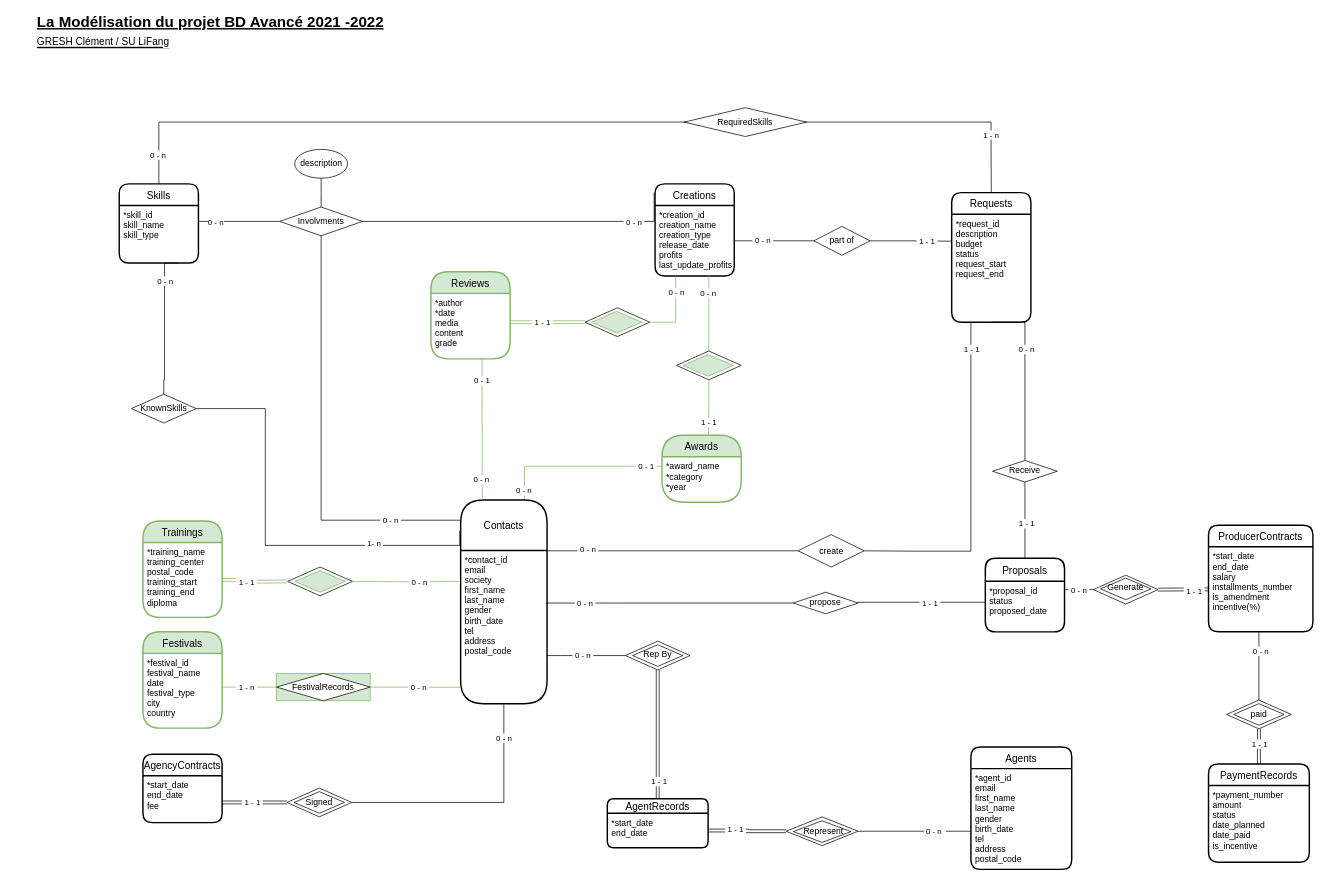
Earlier version of the draw.io diagram Modelisation/modelisation-ER.drawio (clement-gresh/M1-BDD_agence_artistique). Source tidied: cells renumbered, new cells numbered last; positions are measured from the earlier drawing's top-left corner, leaving out a move shared by most shapes. Both pictures are drawn from the tidied source at 72%, with x=0, y=0 at pixel (12, 19).
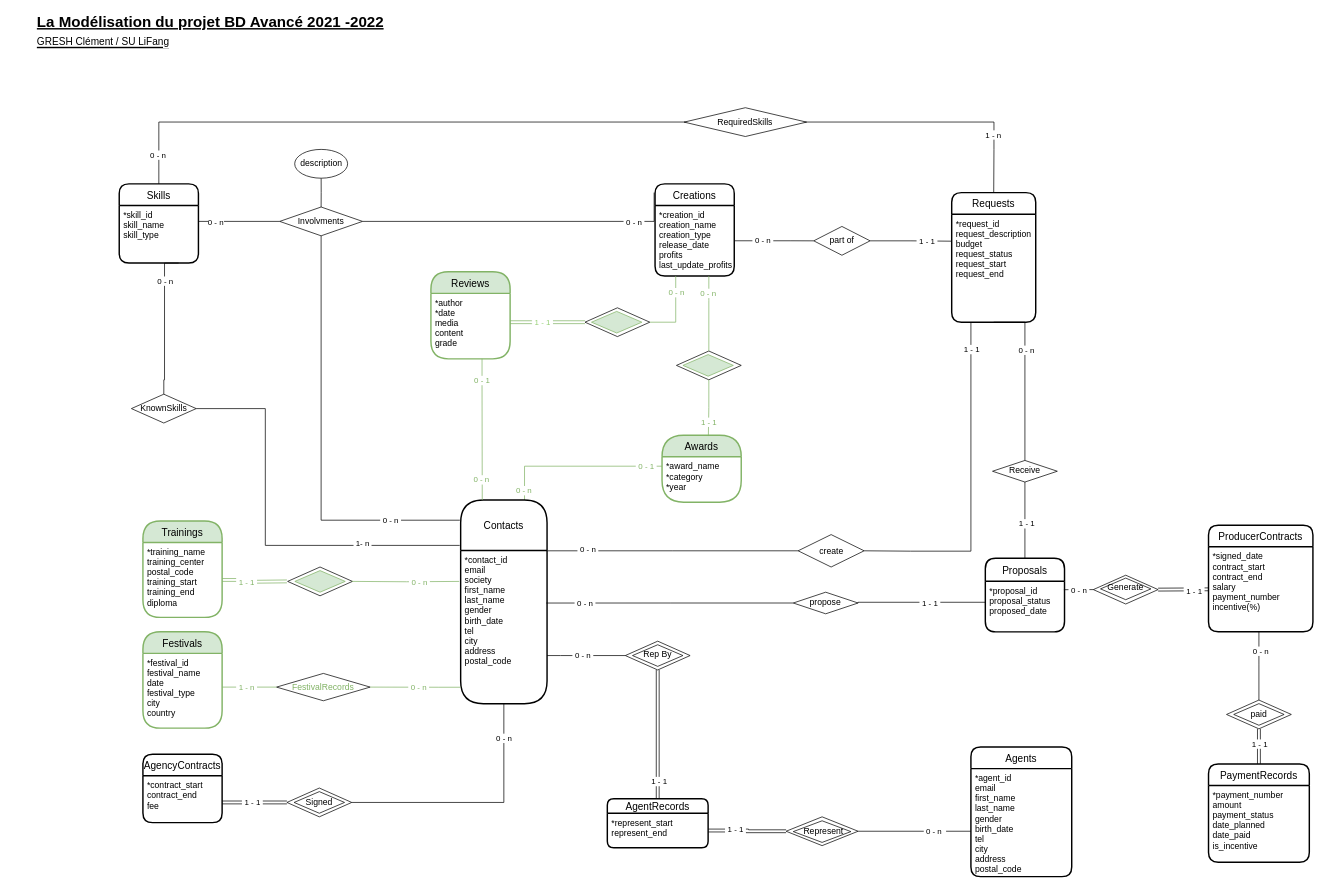
The same page after the edit.

Commit message:
Modelisation : renamed column, fixed errors

The change refers to these unchanged cells:
```xml
<mxCell id="3" style="edgeStyle=orthogonalEdgeStyle;rounded=0;jettySize=auto;html=1;endArrow=none;endFill=0;fillColor=#d5e8d4;strokeColor=#82b366;" parent="1" edge="1" source="6" target="105">
  <mxGeometry relative="1" as="geometry">
    <Array as="points">
      <mxPoint x="711" y="620" />
    </Array>
  </mxGeometry>
</mxCell>
<mxCell id="6" value="Contacts" style="swimlane;horizontal=1;startSize=70;rounded=1;fontSize=14;fontStyle=0;strokeWidth=2;shadow=0;dashed=0;align=center;" parent="1" vertex="1">
  <mxGeometry x="622.3" y="667" width="120" height="283" as="geometry" />
</mxCell>
<mxCell id="10" value="AgencyContracts" style="swimlane;horizontal=1;startSize=30;rounded=1;fontSize=14;fontStyle=0;strokeWidth=2;shadow=0;dashed=0;align=center;" parent="1" vertex="1">
  <mxGeometry x="181" y="1020" width="110" height="95" as="geometry" />
</mxCell>
<mxCell id="12" value="ProducerContracts" style="swimlane;horizontal=1;startSize=30;rounded=1;fontSize=14;fontStyle=0;strokeWidth=2;shadow=0;dashed=0;align=center;" parent="1" vertex="1">
  <mxGeometry x="1661" y="702" width="145" height="148" as="geometry" />
</mxCell>
<mxCell id="25" value="PaymentRecords" style="swimlane;horizontal=1;startSize=30;rounded=1;fontSize=14;fontStyle=0;strokeWidth=2;shadow=0;dashed=0;align=center;" parent="1" vertex="1">
  <mxGeometry x="1661" y="1033.5" width="140" height="136.5" as="geometry" />
</mxCell>
<mxCell id="30" value="Skills" style="swimlane;horizontal=1;startSize=30;rounded=1;fontSize=14;fontStyle=0;strokeWidth=2;shadow=0;dashed=0;align=center;" parent="1" vertex="1">
  <mxGeometry x="148.1" y="227.9" width="110" height="110" as="geometry" />
</mxCell>
<mxCell id="34" style="rhombus;whiteSpace=wrap;html=1;align=left;verticalAlign=top;" parent="33" vertex="1">
  <mxGeometry width="90" height="40" as="geometry" />
</mxCell>
<mxCell id="43" style="edgeStyle=orthogonalEdgeStyle;rounded=0;jettySize=auto;html=1;endArrow=none;endFill=0;shape=link;fillColor=#d5e8d4;strokeColor=#82b366;" parent="1" edge="1" source="37">
  <mxGeometry relative="1" as="geometry">
    <mxPoint x="381" y="780" as="targetPoint" />
  </mxGeometry>
</mxCell>
<mxCell id="60" style="group;" parent="59" vertex="1">
  <mxGeometry width="130" height="38" as="geometry" />
</mxCell>
<mxCell id="67" value="Proposals" style="swimlane;horizontal=1;startSize=32;rounded=1;fontSize=14;fontStyle=0;strokeWidth=2;shadow=0;dashed=0;align=center;" parent="1" vertex="1">
  <mxGeometry x="1351" y="747.9" width="110" height="102.2" as="geometry" />
</mxCell>
<mxCell id="80" value="AgentRecords" style="swimlane;horizontal=1;startSize=20;rounded=1;fontSize=14;fontStyle=0;strokeWidth=2;shadow=0;dashed=0;align=center;" parent="1" vertex="1">
  <mxGeometry x="826" y="1082" width="140" height="68" as="geometry" />
</mxCell>
<mxCell id="123" style="edgeStyle=orthogonalEdgeStyle;rounded=0;jettySize=auto;html=1;entryX=0;entryY=0.5;entryDx=0;entryDy=0;startArrow=none;startFill=0;endArrow=none;endFill=0;fillColor=#d5e8d4;strokeColor=#82b366;" parent="1" edge="1" source="109" target="61">
  <mxGeometry relative="1" as="geometry">
    <Array as="points">
      <mxPoint x="311" y="926.8" />
      <mxPoint x="311" y="926.8" />
    </Array>
  </mxGeometry>
</mxCell>
<mxCell id="137" style="edgeStyle=orthogonalEdgeStyle;rounded=0;jettySize=auto;html=1;entryX=-0.016;entryY=0.202;entryDx=0;entryDy=0;entryPerimeter=0;endArrow=none;endFill=0;fillColor=#d5e8d4;strokeColor=#82b366;" parent="1" edge="1" target="7">
  <mxGeometry relative="1" as="geometry">
    <mxPoint x="471" y="780" as="sourcePoint" />
  </mxGeometry>
</mxCell>
<mxCell id="139" style="edgeStyle=orthogonalEdgeStyle;rounded=0;jettySize=auto;html=1;entryX=1;entryY=0.5;entryDx=0;entryDy=0;endArrow=none;endFill=0;fillColor=#d5e8d4;strokeColor=#82b366;" parent="1" edge="1" source="7" target="61">
  <mxGeometry relative="1" as="geometry">
    <Array as="points">
      <mxPoint x="591" y="927" />
      <mxPoint x="591" y="927" />
    </Array>
  </mxGeometry>
</mxCell>
<mxCell id="153" style="edgeStyle=orthogonalEdgeStyle;rounded=0;jettySize=auto;html=1;entryX=0.25;entryY=0;entryDx=0;entryDy=0;endArrow=none;endFill=0;fillColor=#d5e8d4;strokeColor=#82b366;" parent="1" edge="1" source="107" target="6">
  <mxGeometry relative="1" as="geometry">
    <Array as="points">
      <mxPoint x="652" y="510" />
      <mxPoint x="652" y="510" />
    </Array>
  </mxGeometry>
</mxCell>
<mxCell id="156" style="edgeStyle=orthogonalEdgeStyle;shape=link;rounded=0;jettySize=auto;html=1;entryX=0;entryY=0.5;entryDx=0;entryDy=0;endArrow=none;endFill=0;fillColor=#d5e8d4;strokeColor=#82b366;" parent="1" edge="1" source="107" target="120">
  <mxGeometry relative="1" as="geometry">
    <Array as="points">
      <mxPoint x="721" y="420" />
      <mxPoint x="721" y="420" />
    </Array>
  </mxGeometry>
</mxCell>
<mxCell id="158" style="edgeStyle=orthogonalEdgeStyle;rounded=0;jettySize=auto;html=1;entryX=1;entryY=0.5;entryDx=0;entryDy=0;endArrow=none;endFill=0;fillColor=#d5e8d4;strokeColor=#82b366;" parent="1" edge="1" source="48" target="120">
  <mxGeometry relative="1" as="geometry">
    <Array as="points">
      <mxPoint x="921" y="420" />
    </Array>
  </mxGeometry>
</mxCell>
<mxCell id="165" style="edgeStyle=orthogonalEdgeStyle;rounded=0;jettySize=auto;html=1;entryX=0.5;entryY=0;entryDx=0;entryDy=0;endArrow=none;endFill=0;fillColor=#d5e8d4;strokeColor=#82b366;" parent="1" edge="1" source="48" target="162">
  <mxGeometry relative="1" as="geometry">
    <Array as="points">
      <mxPoint x="967" y="390" />
      <mxPoint x="967" y="390" />
    </Array>
  </mxGeometry>
</mxCell>
<mxCell id="167" style="edgeStyle=orthogonalEdgeStyle;rounded=0;jettySize=auto;html=1;entryX=0.585;entryY=0.012;entryDx=0;entryDy=0;entryPerimeter=0;endArrow=none;endFill=0;fillColor=#d5e8d4;strokeColor=#82b366;" parent="1" edge="1" source="162" target="104">
  <mxGeometry relative="1" as="geometry" />
</mxCell>
```

What changed in the source:
```diff
@@
-    <mxCell id="4" value="&amp;nbsp;0 - 1&amp;nbsp;" style="edgeLabel;html=1;align=center;verticalAlign=middle;" parent="3" vertex="1">
+    <mxCell id="4" value="&amp;nbsp;0 - 1&amp;nbsp;" style="edgeLabel;html=1;align=center;verticalAlign=middle;fontColor=#82B366;" parent="3" vertex="1">
       <mxGeometry x="0.81" relative="1" as="geometry" />
     </mxCell>
-    <mxCell id="5" value="&amp;nbsp;0 - n&amp;nbsp;" style="edgeLabel;html=1;align=center;verticalAlign=middle;" parent="3" vertex="1">
+    <mxCell id="5" value="&amp;nbsp;0 - n&amp;nbsp;" style="edgeLabel;html=1;align=center;verticalAlign=middle;fontColor=#82B366;" parent="3" vertex="1">
       <mxGeometry x="-0.88" y="2" relative="1" as="geometry" />
     </mxCell>
@@
-    <mxCell id="7" value="*contact_id&#10;email&#10;society&#10;first_name&#10;last_name&#10;gender&#10;birth_date&#10;tel&#10;address&#10;postal_code&#10;&#10;" style="align=left;strokeColor=none;fillColor=none;spacingLeft=4;fontSize=12;verticalAlign=top;" parent="6" vertex="1">
+    <mxCell id="7" value="*contact_id&#10;email&#10;society&#10;first_name&#10;last_name&#10;gender&#10;birth_date&#10;tel&#10;city&#10;address&#10;postal_code&#10;&#10;" style="align=left;strokeColor=none;fillColor=none;spacingLeft=4;fontSize=12;verticalAlign=top;" parent="6" vertex="1">
       <mxGeometry y="70" width="120" height="213" as="geometry" />
     </mxCell>
     <mxCell id="8" value="Agents" style="swimlane;horizontal=1;startSize=30;rounded=1;fontSize=14;fontStyle=0;strokeWidth=2;shadow=0;dashed=0;align=center;" parent="1" vertex="1">
-      <mxGeometry x="1331" y="1010" width="140" height="170" as="geometry" />
+      <mxGeometry x="1331" y="1010" width="140" height="180" as="geometry" />
     </mxCell>
-    <mxCell id="9" value="*agent_id&#10;email&#10;first_name&#10;last_name&#10;gender&#10;birth_date&#10;tel&#10;address&#10;postal_code" style="align=left;strokeColor=none;fillColor=none;spacingLeft=4;fontSize=12;verticalAlign=top;" parent="8" vertex="1">
-      <mxGeometry y="30" width="140" height="140" as="geometry" />
+    <mxCell id="9" value="*agent_id&#10;email&#10;first_name&#10;last_name&#10;gender&#10;birth_date&#10;tel&#10;city&#10;address&#10;postal_code" style="align=left;strokeColor=none;fillColor=none;spacingLeft=4;fontSize=12;verticalAlign=top;" parent="8" vertex="1">
+      <mxGeometry y="30" width="140" height="150" as="geometry" />
     </mxCell>
@@
-    <mxCell id="11" value="*start_date&#10;end_date&#10;fee" style="align=left;strokeColor=none;fillColor=none;spacingLeft=4;fontSize=12;verticalAlign=top;" parent="10" vertex="1">
+    <mxCell id="11" value="*contract_start&#10;contract_end&#10;fee" style="align=left;strokeColor=none;fillColor=none;spacingLeft=4;fontSize=12;verticalAlign=top;" parent="10" vertex="1">
       <mxGeometry y="30" width="110" height="65" as="geometry" />
     </mxCell>
@@
-    <mxCell id="13" value="*start_date&#10;end_date&#10;salary&#10;installments_number&#10;is_amendment&#10;incentive(%)" style="align=left;strokeColor=none;fillColor=none;spacingLeft=4;fontSize=12;verticalAlign=top;" parent="12" vertex="1">
+    <mxCell id="13" value="*signed_date&#10;contract_start&#10;contract_end&#10;salary&#10;payment_number&#10;incentive(%)" style="align=left;strokeColor=none;fillColor=none;spacingLeft=4;fontSize=12;verticalAlign=top;" parent="12" vertex="1">
       <mxGeometry y="30" width="145" height="118" as="geometry" />
     </mxCell>
     <mxCell id="14" value="Requests" style="swimlane;horizontal=1;startSize=30;rounded=1;fontSize=14;fontStyle=0;strokeWidth=2;shadow=0;dashed=0;align=center;" parent="1" vertex="1">
-      <mxGeometry x="1304.3" y="240" width="110" height="180" as="geometry" />
+      <mxGeometry x="1304.3" y="240" width="116.7" height="180" as="geometry" />
     </mxCell>
-    <mxCell id="15" value="*request_id&#10;description&#10;budget&#10;status&#10;request_start&#10;request_end&#10;" style="align=left;strokeColor=none;fillColor=none;spacingLeft=4;fontSize=12;verticalAlign=top;" parent="14" vertex="1">
-      <mxGeometry y="30" width="110" height="150" as="geometry" />
+    <mxCell id="15" value="*request_id&#10;request_description&#10;budget&#10;request_status&#10;request_start&#10;request_end&#10;" style="align=left;strokeColor=none;fillColor=none;spacingLeft=4;fontSize=12;verticalAlign=top;" parent="14" vertex="1">
+      <mxGeometry y="30" width="116.7" height="150" as="geometry" />
     </mxCell>
@@
-    <mxCell id="26" value="*payment_number&#10;amount&#10;status&#10;date_planned&#10;date_paid&#10;is_incentive" style="align=left;strokeColor=none;fillColor=none;spacingLeft=4;fontSize=12;verticalAlign=top;" parent="25" vertex="1">
+    <mxCell id="26" value="*payment_number&#10;amount&#10;payment_status&#10;date_planned&#10;date_paid&#10;is_incentive" style="align=left;strokeColor=none;fillColor=none;spacingLeft=4;fontSize=12;verticalAlign=top;" parent="25" vertex="1">
       <mxGeometry y="30" width="140" height="106.5" as="geometry" />
     </mxCell>
     <mxCell id="27" style="edgeStyle=orthogonalEdgeStyle;rounded=0;jettySize=auto;html=1;endArrow=none;endFill=0;exitX=0.5;exitY=0;exitDx=0;exitDy=0;entryX=0.5;entryY=0;entryDx=0;entryDy=0;" parent="1" edge="1" source="30" target="14">
       <mxGeometry relative="1" as="geometry">
         <Array as="points">
           <mxPoint x="203" y="142" />
-          <mxPoint x="1359" y="142" />
-          <mxPoint x="1359" y="180" />
+          <mxPoint x="1363" y="142" />
+          <mxPoint x="1363" y="180" />
         </Array>
       </mxGeometry>
     </mxCell>
@@
-    <mxCell id="44" value="&amp;nbsp;1 - 1&amp;nbsp;" style="edgeLabel;html=1;align=center;verticalAlign=middle;" parent="43" vertex="1">
+    <mxCell id="44" value="&amp;nbsp;1 - 1&amp;nbsp;" style="edgeLabel;html=1;align=center;verticalAlign=middle;fontColor=#82B366;" parent="43" vertex="1">
       <mxGeometry x="0.13" y="-2" relative="1" as="geometry">
         <mxPoint x="-16" y="-2" as="offset" />
       </mxGeometry>
     </mxCell>
@@
     <mxCell id="51" style="edgeStyle=orthogonalEdgeStyle;rounded=0;jettySize=auto;html=1;endArrow=none;endFill=0;exitX=1;exitY=0.5;exitDx=0;exitDy=0;" parent="1" edge="1" source="34">
       <mxGeometry relative="1" as="geometry">
-        <mxPoint x="621" y="710" as="targetPoint" />
+        <mxPoint x="621" y="730" as="targetPoint" />
         <Array as="points">
           <mxPoint x="351" y="540" />
           <mxPoint x="351" y="730" />
           <mxPoint x="621" y="730" />
         </Array>
       </mxGeometry>
     </mxCell>
@@
-    <mxCell id="59" style="group;fillColor=#d5e8d4;strokeColor=#82b366;" parent="1" vertex="1">
+    <mxCell id="59" style="group;fillColor=#FFFFFF;strokeColor=#FFFFFF;" parent="1" vertex="1">
       <mxGeometry x="366.6" y="907.8" width="130" height="38" as="geometry" />
     </mxCell>
@@
-    <mxCell id="62" value="FestivalRecords" style="text;html=1;strokeColor=none;fillColor=none;align=center;verticalAlign=middle;whiteSpace=wrap;rounded=0;" parent="60" vertex="1">
+    <mxCell id="62" value="&lt;font color=&quot;#82b366&quot;&gt;FestivalRecords&lt;/font&gt;" style="text;html=1;strokeColor=none;fillColor=none;align=center;verticalAlign=middle;whiteSpace=wrap;rounded=0;" parent="60" vertex="1">
       <mxGeometry x="21.7" y="4.8" width="86.7" height="28.5" as="geometry" />
     </mxCell>
@@
-    <mxCell id="68" value="*proposal_id&#10;status&#10;proposed_date" style="align=left;strokeColor=none;fillColor=none;spacingLeft=4;fontSize=12;verticalAlign=top;" parent="67" vertex="1">
+    <mxCell id="68" value="*proposal_id&#10;proposal_status&#10;proposed_date" style="align=left;strokeColor=none;fillColor=none;spacingLeft=4;fontSize=12;verticalAlign=top;" parent="67" vertex="1">
       <mxGeometry y="32" width="110" height="70.2" as="geometry" />
     </mxCell>
@@
-    <mxCell id="81" value="*start_date&#10;end_date" style="align=left;strokeColor=none;fillColor=none;spacingLeft=4;fontSize=12;verticalAlign=top;" parent="80" vertex="1">
+    <mxCell id="81" value="*represent_start&#10;represent_end" style="align=left;strokeColor=none;fillColor=none;spacingLeft=4;fontSize=12;verticalAlign=top;" parent="80" vertex="1">
       <mxGeometry y="20" width="140" height="48" as="geometry" />
     </mxCell>
@@
-    <mxCell id="106" value="Reviews" style="swimlane;horizontal=1;startSize=30;rounded=1;fontSize=14;fontStyle=0;strokeWidth=2;shadow=0;dashed=0;align=center;arcSize=27;fillColor=#d5e8d4;strokeColor=#82b366;" parent="1" vertex="1">
+    <mxCell id="106" value="Reviews" style="swimlane;horizontal=1;startSize=30;rounded=1;fontSize=14;fontStyle=0;strokeWidth=2;shadow=0;dashed=0;align=center;arcSize=27;fillColor=#d5e8d4;strokeColor=#82B366;" parent="1" vertex="1">
       <mxGeometry x="581" y="350" width="110" height="120.9" as="geometry" />
     </mxCell>
@@
-    <mxCell id="124" value="&amp;nbsp;1 - n&amp;nbsp;" style="edgeLabel;html=1;align=center;verticalAlign=middle;" parent="123" vertex="1">
+    <mxCell id="124" value="&amp;nbsp;1 - n&amp;nbsp;" style="edgeLabel;html=1;align=center;verticalAlign=middle;fontColor=#82B366;" parent="123" vertex="1">
       <mxGeometry x="-0.14" relative="1" as="geometry" />
     </mxCell>
@@
-    <mxCell id="138" value="&amp;nbsp;0 - n&amp;nbsp;" style="edgeLabel;html=1;align=center;verticalAlign=middle;" parent="137" vertex="1">
+    <mxCell id="138" value="&amp;nbsp;0 - n&amp;nbsp;" style="edgeLabel;html=1;align=center;verticalAlign=middle;fontColor=#82B366;" parent="137" vertex="1">
       <mxGeometry x="0.25" y="-1" relative="1" as="geometry" />
     </mxCell>
@@
-    <mxCell id="140" value="&amp;nbsp;0 - n&amp;nbsp;" style="edgeLabel;html=1;align=center;verticalAlign=middle;" parent="139" vertex="1">
+    <mxCell id="140" value="&amp;nbsp;0 - n&amp;nbsp;" style="edgeLabel;html=1;align=center;verticalAlign=middle;fontColor=#82B366;" parent="139" vertex="1">
       <mxGeometry x="-0.24" relative="1" as="geometry">
         <mxPoint x="-11" as="offset" />
       </mxGeometry>
     </mxCell>
@@
-    <mxCell id="154" value="&amp;nbsp;0 - 1&amp;nbsp;" style="edgeLabel;html=1;align=center;verticalAlign=middle;" parent="153" vertex="1">
+    <mxCell id="154" value="&amp;nbsp;0 - 1&amp;nbsp;" style="edgeLabel;html=1;align=center;verticalAlign=middle;fontColor=#82B366;" parent="153" vertex="1">
       <mxGeometry x="-0.69" y="-1" relative="1" as="geometry" />
     </mxCell>
-    <mxCell id="155" value="&amp;nbsp;0 - n&amp;nbsp;" style="edgeLabel;html=1;align=center;verticalAlign=middle;" parent="153" vertex="1">
+    <mxCell id="155" value="&amp;nbsp;0 - n&amp;nbsp;" style="edgeLabel;html=1;align=center;verticalAlign=middle;fontColor=#82B366;" parent="153" vertex="1">
       <mxGeometry x="0.71" y="-2" relative="1" as="geometry" />
     </mxCell>
@@
-    <mxCell id="157" value="&amp;nbsp;1 - 1&amp;nbsp;" style="edgeLabel;html=1;align=center;verticalAlign=middle;" parent="156" vertex="1">
+    <mxCell id="157" value="&amp;nbsp;1 - 1&amp;nbsp;" style="edgeLabel;html=1;align=center;verticalAlign=middle;fontColor=#97D077;" parent="156" vertex="1">
       <mxGeometry x="-0.15" relative="1" as="geometry" />
     </mxCell>
@@
-    <mxCell id="159" value="&amp;nbsp;0 - n&amp;nbsp;" style="edgeLabel;html=1;align=center;verticalAlign=middle;" parent="158" vertex="1">
+    <mxCell id="159" value="&amp;nbsp;0 - n&amp;nbsp;" style="edgeLabel;html=1;align=center;verticalAlign=middle;fontColor=#82B366;" parent="158" vertex="1">
       <mxGeometry x="-0.54" relative="1" as="geometry" />
     </mxCell>
@@
-    <mxCell id="166" value="&amp;nbsp;0 - n&amp;nbsp;" style="edgeLabel;html=1;align=center;verticalAlign=middle;" parent="165" vertex="1">
+    <mxCell id="166" value="&amp;nbsp;0 - n&amp;nbsp;" style="edgeLabel;html=1;align=center;verticalAlign=middle;fontColor=#82B366;" parent="165" vertex="1">
       <mxGeometry x="-0.59" y="-2" relative="1" as="geometry">
         <mxPoint y="3" as="offset" />
       </mxGeometry>
     </mxCell>
@@
-    <mxCell id="168" value="&amp;nbsp;1 - 1&amp;nbsp;" style="edgeLabel;html=1;align=center;verticalAlign=middle;" parent="167" vertex="1">
+    <mxCell id="168" value="&amp;nbsp;1 - 1&amp;nbsp;" style="edgeLabel;html=1;align=center;verticalAlign=middle;fontColor=#82B366;" parent="167" vertex="1">
       <mxGeometry x="0.69" y="3" relative="1" as="geometry">
         <mxPoint x="-3" y="-8" as="offset" />
       </mxGeometry>
     </mxCell>
```
